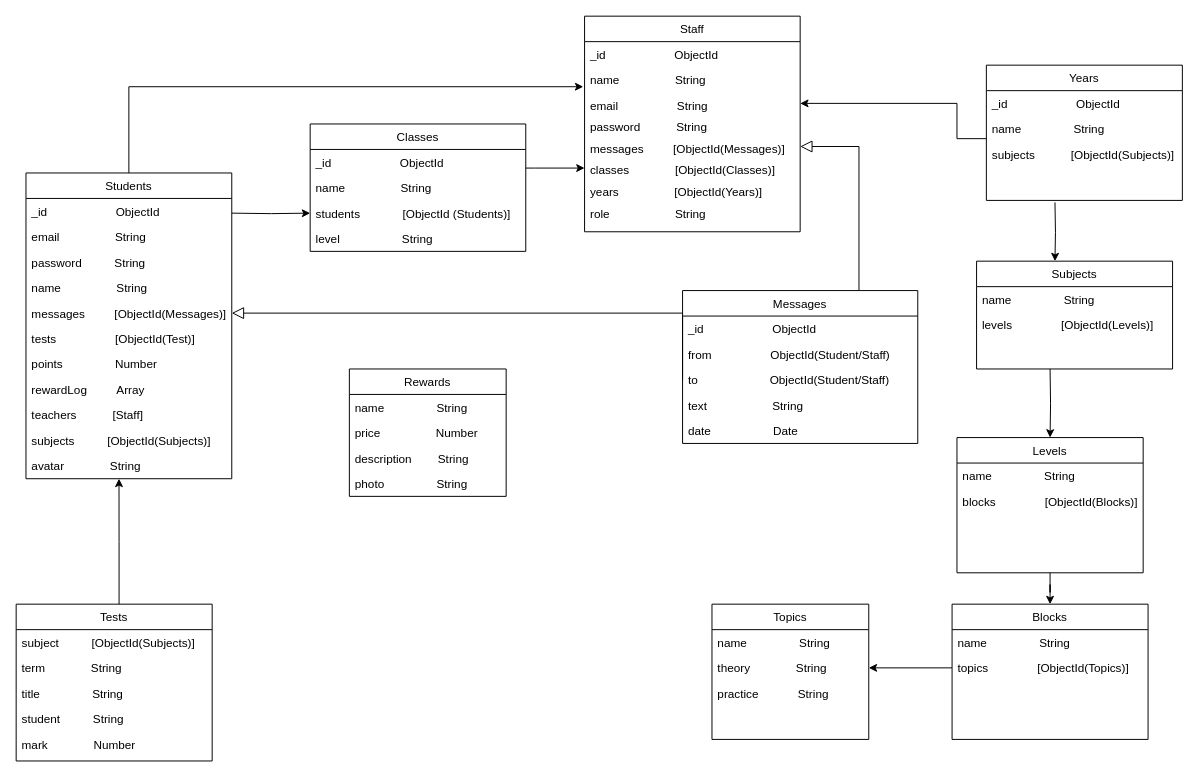
Earlier version of the draw.io diagram page "MVP-2" (2 of 2) of Untitled Diagram.drawio (adrian-diez/Funification). Source tidied: cells renumbered, new cells numbered last; positions are measured from the earlier drawing's top-left corner, leaving out a move shared by most shapes. Both pictures are drawn from the tidied source at 98%, with x=0, y=0 at pixel (16, 16).
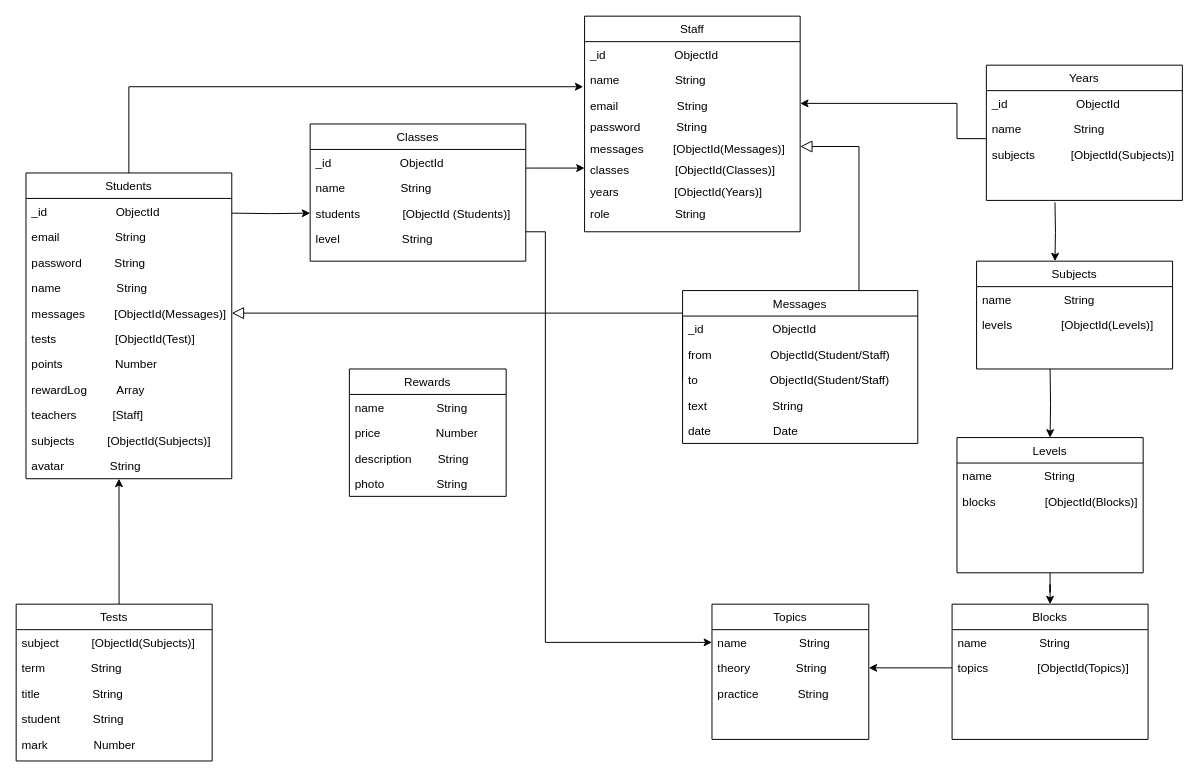
The same page after the edit.

The change refers to these unchanged cells:
```xml
<mxCell id="54" value="name                String" style="text;align=left;verticalAlign=top;spacingLeft=4;spacingRight=4;overflow=hidden;points=[[0,0.5],[1,0.5]];portConstraint=eastwest;" parent="53" vertex="1">
  <mxGeometry y="26" width="160" height="26" as="geometry" />
</mxCell>
```

What changed in the source:
```diff
@@
+    <mxCell id="73" style="edgeStyle=orthogonalEdgeStyle;rounded=0;jettySize=auto;html=1;" parent="1" edge="1" source="29" target="54">
+      <mxGeometry relative="1" as="geometry">
+        <Array as="points">
+          <mxPoint x="540" y="220" />
+          <mxPoint x="540" y="639" />
+        </Array>
+      </mxGeometry>
+    </mxCell>
     <mxCell id="29" value="Classes" style="swimlane;fontStyle=0;align=center;verticalAlign=top;horizontal=1;startSize=26;rounded=0;shadow=0;strokeWidth=1;" parent="1" vertex="1">
-      <mxGeometry x="300" y="110" width="220" height="130" as="geometry" />
+      <mxGeometry x="300" y="110" width="220" height="140" as="geometry" />
     </mxCell>
```
